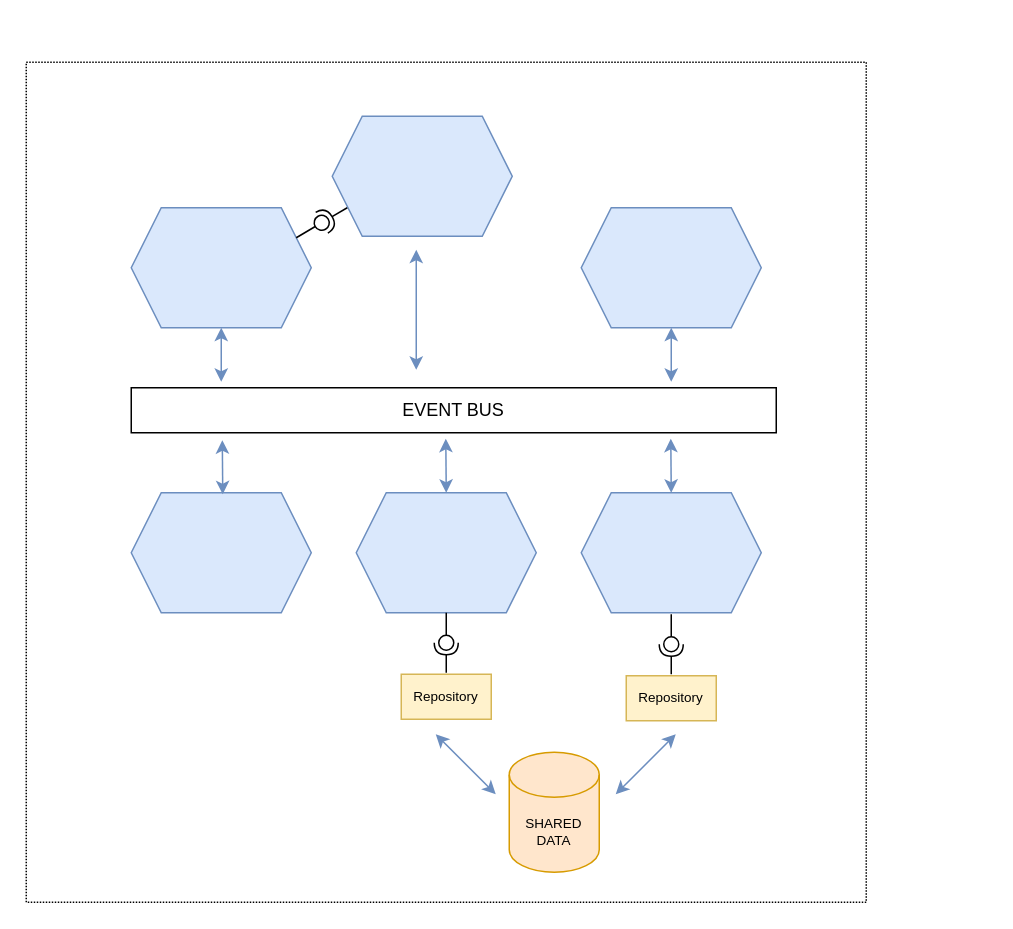
The draw.io diagram page "Hybrid" (7 of 16) of diagrams/1.drawio in alicemunsal/dohex, before the edit. Source tidied: cells renumbered, new cells numbered last; positions are measured from the earlier drawing's top-left corner, leaving out a move shared by most shapes. Both pictures are drawn from the tidied source at 150%, with x=0, y=0 at pixel (26, 62).
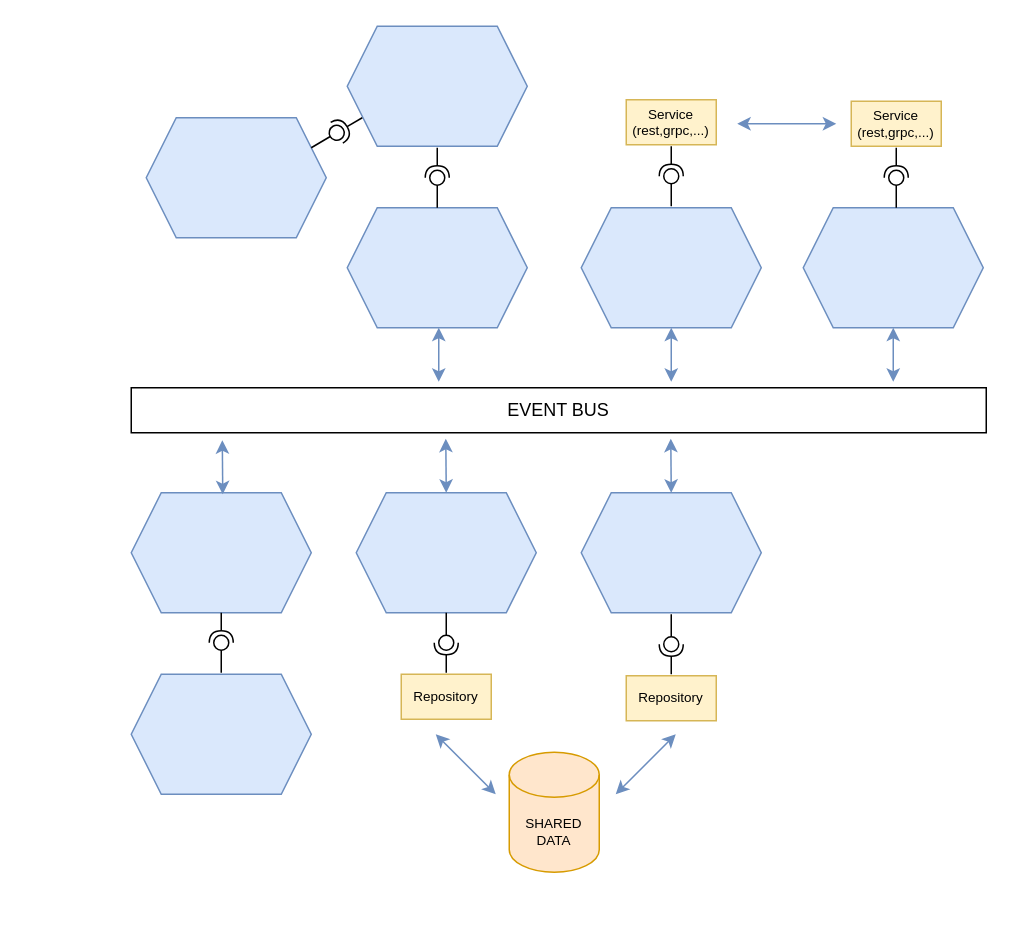
Above is the later version.

What changed in the source:
```diff
@@
-    <mxCell id="2" style="rounded=0;whiteSpace=wrap;html=1;fontSize=12;strokeWidth=1;dashed=1;dashPattern=1 1;perimeterSpacing=1;fillColor=none;" parent="1" vertex="1">
-      <mxGeometry width="560" height="560" as="geometry" />
-    </mxCell>
     <mxCell id="3" value="EVENT BUS" style="rounded=0;whiteSpace=wrap;html=1;" parent="1" vertex="1">
-      <mxGeometry x="70" y="217" width="430" height="30" as="geometry" />
+      <mxGeometry x="70" y="217" width="570" height="30" as="geometry" />
     </mxCell>
@@
-    <mxCell id="11" style="shape=hexagon;perimeter=hexagonPerimeter2;whiteSpace=wrap;html=1;fixedSize=1;rotation=-180;fillColor=#dae8fc;strokeColor=#6c8ebf;" parent="1" vertex="1">
-      <mxGeometry x="204" y="36" width="120" height="80" as="geometry" />
-    </mxCell>
-    <mxCell id="12" style="endArrow=classic;startArrow=classic;html=1;rounded=0;fillColor=#dae8fc;strokeColor=#6c8ebf;" parent="1" edge="1">
-      <mxGeometry relative="1" as="geometry">
-        <mxPoint x="260" y="125" as="sourcePoint" />
-        <mxPoint x="260" y="205" as="targetPoint" />
-      </mxGeometry>
-    </mxCell>
-    <mxCell id="13" style="shape=hexagon;perimeter=hexagonPerimeter2;whiteSpace=wrap;html=1;fixedSize=1;rotation=-180;fillColor=#dae8fc;strokeColor=#6c8ebf;" parent="1" vertex="1">
-      <mxGeometry x="70" y="97" width="120" height="80" as="geometry" />
-    </mxCell>
-    <mxCell id="14" style="endArrow=classic;startArrow=classic;html=1;rounded=0;entryX=0.103;entryY=1.133;entryDx=0;entryDy=0;entryPerimeter=0;exitX=0.5;exitY=0;exitDx=0;exitDy=0;fillColor=#dae8fc;strokeColor=#6c8ebf;" parent="1" edge="1" source="13">
-      <mxGeometry relative="1" as="geometry">
-        <mxPoint x="130" y="213" as="targetPoint" />
-      </mxGeometry>
-    </mxCell>
@@
-    <mxCell id="16" style="group;rotation=-30;" parent="1" vertex="1">
-      <mxGeometry x="177" y="102" width="40" height="10" as="geometry" />
-    </mxCell>
-    <mxCell id="17" style="rounded=0;jettySize=auto;html=1;endArrow=none;endFill=0;sketch=0;sourcePerimeterSpacing=0;targetPerimeterSpacing=0;" parent="16" edge="1" target="19">
-      <mxGeometry relative="1" as="geometry">
-        <mxPoint x="3" y="15" as="sourcePoint" />
-      </mxGeometry>
-    </mxCell>
-    <mxCell id="18" style="rounded=0;jettySize=auto;html=1;endArrow=halfCircle;endFill=0;entryX=0.5;entryY=0.5;endSize=6;strokeWidth=1;sketch=0;" parent="16" edge="1" target="19">
-      <mxGeometry relative="1" as="geometry">
-        <mxPoint x="37" y="-5" as="sourcePoint" />
-      </mxGeometry>
-    </mxCell>
-    <mxCell id="19" style="ellipse;whiteSpace=wrap;html=1;align=center;points=[];outlineConnect=0;sketch=0;rotation=-30;" parent="16" vertex="1">
-      <mxGeometry x="15" width="10" height="10" as="geometry" />
-    </mxCell>
@@
+    <mxCell id="33" style="shape=hexagon;perimeter=hexagonPerimeter2;whiteSpace=wrap;html=1;fixedSize=1;rotation=-180;fillColor=#dae8fc;strokeColor=#6c8ebf;" parent="1" vertex="1">
+      <mxGeometry x="70" y="408" width="120" height="80" as="geometry" />
+    </mxCell>
+    <mxCell id="34" style="group;rotation=-90;" parent="1" vertex="1">
+      <mxGeometry x="110" y="382" width="40" height="10" as="geometry" />
+    </mxCell>
+    <mxCell id="35" style="rounded=0;jettySize=auto;html=1;endArrow=none;endFill=0;sketch=0;sourcePerimeterSpacing=0;targetPerimeterSpacing=0;" parent="34" edge="1" target="37">
+      <mxGeometry relative="1" as="geometry">
+        <mxPoint x="20" y="25" as="sourcePoint" />
+      </mxGeometry>
+    </mxCell>
+    <mxCell id="36" style="rounded=0;jettySize=auto;html=1;endArrow=halfCircle;endFill=0;entryX=0.5;entryY=0.5;endSize=6;strokeWidth=1;sketch=0;" parent="34" edge="1" target="37">
+      <mxGeometry relative="1" as="geometry">
+        <mxPoint x="20" y="-15" as="sourcePoint" />
+      </mxGeometry>
+    </mxCell>
+    <mxCell id="37" style="ellipse;whiteSpace=wrap;html=1;align=center;points=[];outlineConnect=0;sketch=0;rotation=-90;" parent="34" vertex="1">
+      <mxGeometry x="15" width="10" height="10" as="geometry" />
+    </mxCell>
+    <mxCell id="38" style="shape=hexagon;perimeter=hexagonPerimeter2;whiteSpace=wrap;html=1;fixedSize=1;rotation=-180;fillColor=#dae8fc;strokeColor=#6c8ebf;" parent="1" vertex="1">
+      <mxGeometry x="214" y="-24" width="120" height="80" as="geometry" />
+    </mxCell>
+    <mxCell id="39" style="shape=hexagon;perimeter=hexagonPerimeter2;whiteSpace=wrap;html=1;fixedSize=1;rotation=-180;fillColor=#dae8fc;strokeColor=#6c8ebf;" parent="1" vertex="1">
+      <mxGeometry x="80" y="37" width="120" height="80" as="geometry" />
+    </mxCell>
+    <mxCell id="40" style="group;rotation=-30;" parent="1" vertex="1">
+      <mxGeometry x="187" y="42" width="40" height="10" as="geometry" />
+    </mxCell>
+    <mxCell id="41" style="rounded=0;jettySize=auto;html=1;endArrow=none;endFill=0;sketch=0;sourcePerimeterSpacing=0;targetPerimeterSpacing=0;" parent="40" edge="1" target="19">
+      <mxGeometry relative="1" as="geometry">
+        <mxPoint x="3" y="15" as="sourcePoint" />
+      </mxGeometry>
+    </mxCell>
+    <mxCell id="42" style="rounded=0;jettySize=auto;html=1;endArrow=halfCircle;endFill=0;entryX=0.5;entryY=0.5;endSize=6;strokeWidth=1;sketch=0;" parent="40" edge="1" target="19">
+      <mxGeometry relative="1" as="geometry">
+        <mxPoint x="37" y="-5" as="sourcePoint" />
+      </mxGeometry>
+    </mxCell>
+    <mxCell id="19" style="ellipse;whiteSpace=wrap;html=1;align=center;points=[];outlineConnect=0;sketch=0;rotation=-30;" parent="40" vertex="1">
+      <mxGeometry x="15" width="10" height="10" as="geometry" />
+    </mxCell>
+    <mxCell id="43" style="shape=hexagon;perimeter=hexagonPerimeter2;whiteSpace=wrap;html=1;fixedSize=1;rotation=-180;fillColor=#dae8fc;strokeColor=#6c8ebf;" parent="1" vertex="1">
+      <mxGeometry x="214" y="97" width="120" height="80" as="geometry" />
+    </mxCell>
+    <mxCell id="44" style="group;rotation=-90;" parent="1" vertex="1">
+      <mxGeometry x="254" y="72" width="40" height="10" as="geometry" />
+    </mxCell>
+    <mxCell id="45" style="rounded=0;jettySize=auto;html=1;endArrow=none;endFill=0;sketch=0;sourcePerimeterSpacing=0;targetPerimeterSpacing=0;" parent="44" edge="1" target="47">
+      <mxGeometry relative="1" as="geometry">
+        <mxPoint x="20" y="25" as="sourcePoint" />
+      </mxGeometry>
+    </mxCell>
+    <mxCell id="46" style="rounded=0;jettySize=auto;html=1;endArrow=halfCircle;endFill=0;entryX=0.5;entryY=0.5;endSize=6;strokeWidth=1;sketch=0;" parent="44" edge="1" target="47">
+      <mxGeometry relative="1" as="geometry">
+        <mxPoint x="20" y="-15" as="sourcePoint" />
+      </mxGeometry>
+    </mxCell>
+    <mxCell id="47" style="ellipse;whiteSpace=wrap;html=1;align=center;points=[];outlineConnect=0;sketch=0;rotation=-90;" parent="44" vertex="1">
+      <mxGeometry x="15" width="10" height="10" as="geometry" />
+    </mxCell>
+    <mxCell id="48" style="shape=hexagon;perimeter=hexagonPerimeter2;whiteSpace=wrap;html=1;fixedSize=1;rotation=-180;fillColor=#dae8fc;strokeColor=#6c8ebf;" parent="1" vertex="1">
+      <mxGeometry x="518" y="97" width="120" height="80" as="geometry" />
+    </mxCell>
+    <mxCell id="49" style="endArrow=classic;startArrow=classic;html=1;rounded=0;entryX=0.103;entryY=1.133;entryDx=0;entryDy=0;entryPerimeter=0;exitX=0.5;exitY=0;exitDx=0;exitDy=0;fillColor=#dae8fc;strokeColor=#6c8ebf;" parent="1" edge="1" source="48">
+      <mxGeometry relative="1" as="geometry">
+        <mxPoint x="578" y="213" as="targetPoint" />
+      </mxGeometry>
+    </mxCell>
+    <mxCell id="50" style="group;rotation=-90;" parent="1" vertex="1">
+      <mxGeometry x="410" y="71" width="40" height="10" as="geometry" />
+    </mxCell>
+    <mxCell id="51" style="rounded=0;jettySize=auto;html=1;endArrow=none;endFill=0;sketch=0;sourcePerimeterSpacing=0;targetPerimeterSpacing=0;" parent="50" edge="1" target="53">
+      <mxGeometry relative="1" as="geometry">
+        <mxPoint x="20" y="25" as="sourcePoint" />
+      </mxGeometry>
+    </mxCell>
+    <mxCell id="52" style="rounded=0;jettySize=auto;html=1;endArrow=halfCircle;endFill=0;entryX=0.5;entryY=0.5;endSize=6;strokeWidth=1;sketch=0;" parent="50" edge="1" target="53">
+      <mxGeometry relative="1" as="geometry">
+        <mxPoint x="20" y="-15" as="sourcePoint" />
+      </mxGeometry>
+    </mxCell>
+    <mxCell id="53" style="ellipse;whiteSpace=wrap;html=1;align=center;points=[];outlineConnect=0;sketch=0;rotation=-90;" parent="50" vertex="1">
+      <mxGeometry x="15" width="10" height="10" as="geometry" />
+    </mxCell>
+    <mxCell id="54" value="Service&lt;br style=&quot;font-size: 9px;&quot;&gt;(rest,grpc,...)" style="rounded=0;whiteSpace=wrap;html=1;fillColor=#fff2cc;strokeColor=#d6b656;fontSize=9;" parent="1" vertex="1">
+      <mxGeometry x="400" y="25" width="60" height="30" as="geometry" />
+    </mxCell>
+    <mxCell id="55" style="group;rotation=-90;" parent="1" vertex="1">
+      <mxGeometry x="560" y="72" width="40" height="10" as="geometry" />
+    </mxCell>
+    <mxCell id="56" style="rounded=0;jettySize=auto;html=1;endArrow=none;endFill=0;sketch=0;sourcePerimeterSpacing=0;targetPerimeterSpacing=0;" parent="55" edge="1" target="58">
+      <mxGeometry relative="1" as="geometry">
+        <mxPoint x="20" y="25" as="sourcePoint" />
+      </mxGeometry>
+    </mxCell>
+    <mxCell id="57" style="rounded=0;jettySize=auto;html=1;endArrow=halfCircle;endFill=0;entryX=0.5;entryY=0.5;endSize=6;strokeWidth=1;sketch=0;" parent="55" edge="1" target="58">
+      <mxGeometry relative="1" as="geometry">
+        <mxPoint x="20" y="-15" as="sourcePoint" />
+      </mxGeometry>
+    </mxCell>
+    <mxCell id="58" style="ellipse;whiteSpace=wrap;html=1;align=center;points=[];outlineConnect=0;sketch=0;rotation=-90;" parent="55" vertex="1">
+      <mxGeometry x="15" width="10" height="10" as="geometry" />
+    </mxCell>
+    <mxCell id="59" value="Service&lt;br style=&quot;font-size: 9px;&quot;&gt;(rest,grpc,...)" style="rounded=0;whiteSpace=wrap;html=1;fillColor=#fff2cc;strokeColor=#d6b656;fontSize=9;" parent="1" vertex="1">
+      <mxGeometry x="550" y="26" width="60" height="30" as="geometry" />
+    </mxCell>
+    <mxCell id="60" style="endArrow=classic;startArrow=classic;html=1;rounded=0;entryX=0.103;entryY=1.133;entryDx=0;entryDy=0;entryPerimeter=0;fillColor=#dae8fc;strokeColor=#6c8ebf;" parent="1" edge="1">
+      <mxGeometry relative="1" as="geometry">
+        <mxPoint x="540" y="41" as="sourcePoint" />
+        <mxPoint x="474" y="41" as="targetPoint" />
+      </mxGeometry>
+    </mxCell>
+    <mxCell id="61" style="endArrow=classic;startArrow=classic;html=1;rounded=0;entryX=0.103;entryY=1.133;entryDx=0;entryDy=0;entryPerimeter=0;exitX=0.5;exitY=0;exitDx=0;exitDy=0;fillColor=#dae8fc;strokeColor=#6c8ebf;" parent="1" edge="1">
+      <mxGeometry relative="1" as="geometry">
+        <mxPoint x="275" y="177" as="sourcePoint" />
+        <mxPoint x="275" y="213" as="targetPoint" />
+      </mxGeometry>
+    </mxCell>
```
